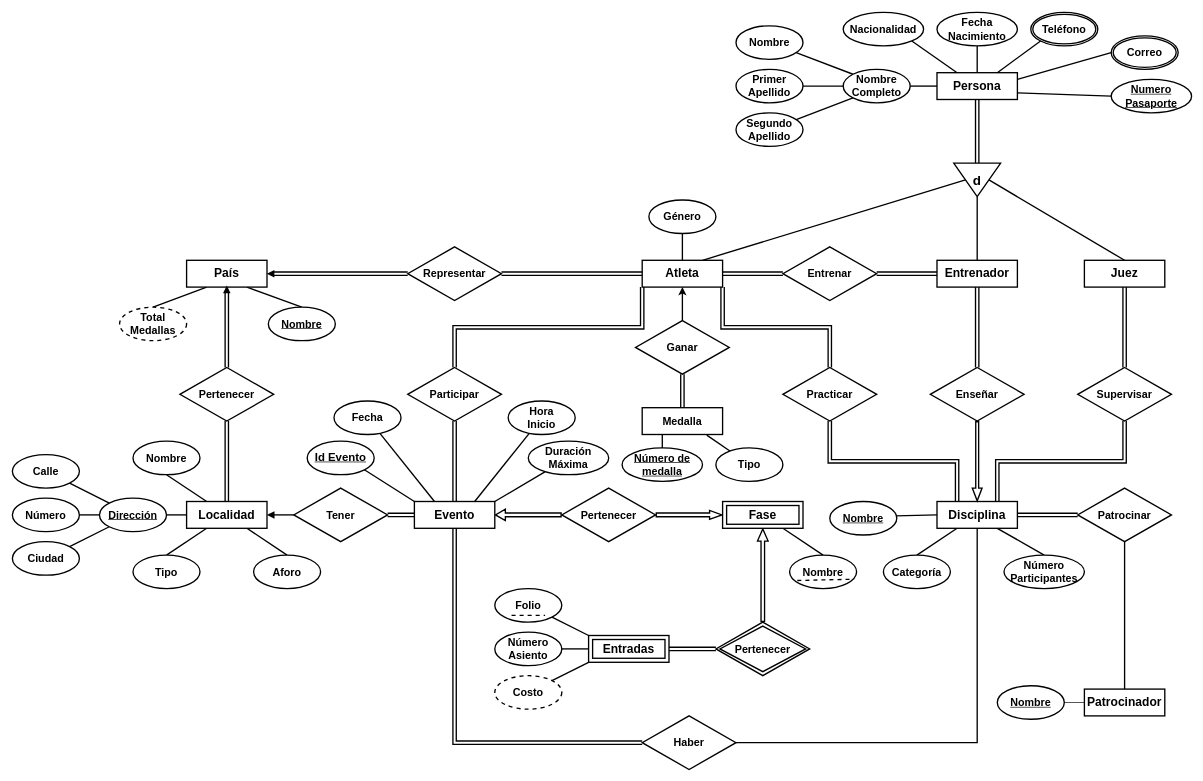
This is Practica03_equipo/Diagramas/ERequipo.drawio from Htska/Db, a draw.io file, before an edit. Source tidied: cells renumbered, new cells numbered last; positions are measured from the earlier drawing's top-left corner, leaving out a move shared by most shapes. Both pictures are drawn from the tidied source at 67%, with x=0, y=0 at pixel (12, 12).
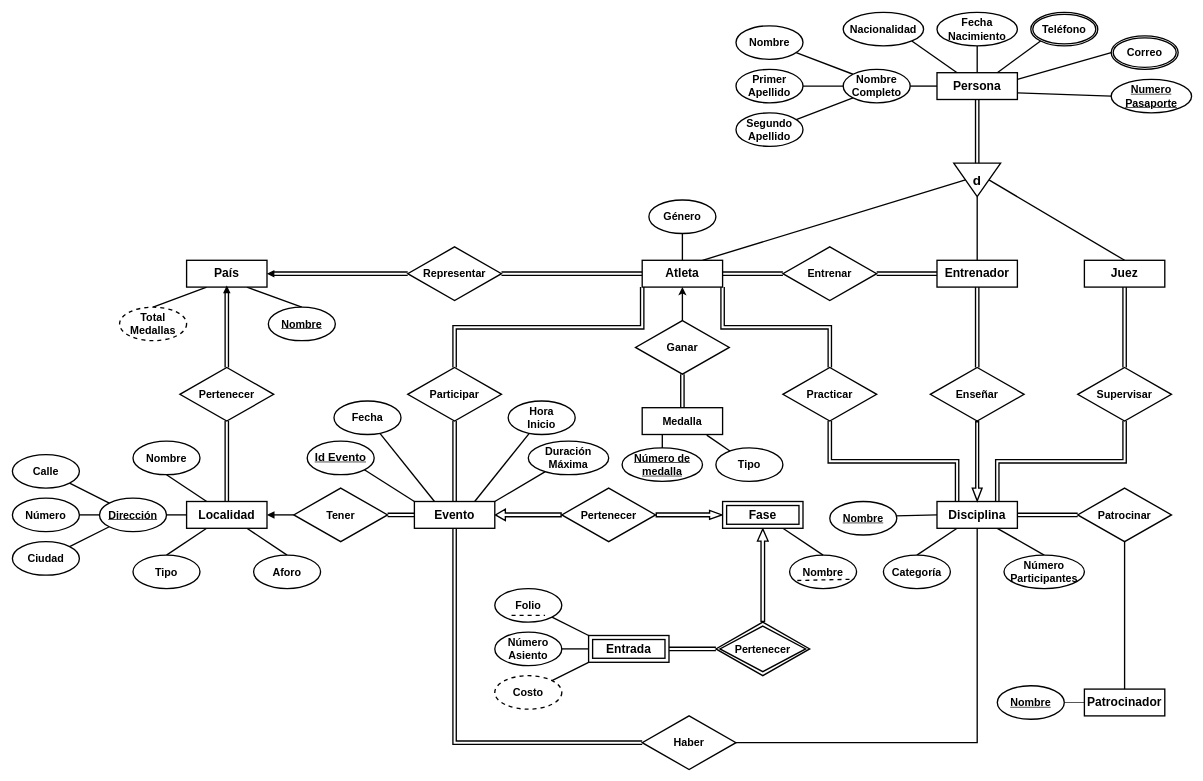
The same page after the edit.

What changed in the source:
```diff
@@
-    <mxCell id="14" value="&lt;b&gt;Entradas&lt;/b&gt;" style="shape=ext;margin=3;double=1;whiteSpace=wrap;html=1;align=center;fontSize=18;fontStyle=1;strokeWidth=2;" parent="1" vertex="1">
+    <mxCell id="14" value="Entrada" style="shape=ext;margin=3;double=1;whiteSpace=wrap;html=1;align=center;fontSize=18;fontStyle=1;strokeWidth=2;" parent="1" vertex="1">
       <mxGeometry x="860" y="930" width="120" height="40" as="geometry" />
     </mxCell>
```
